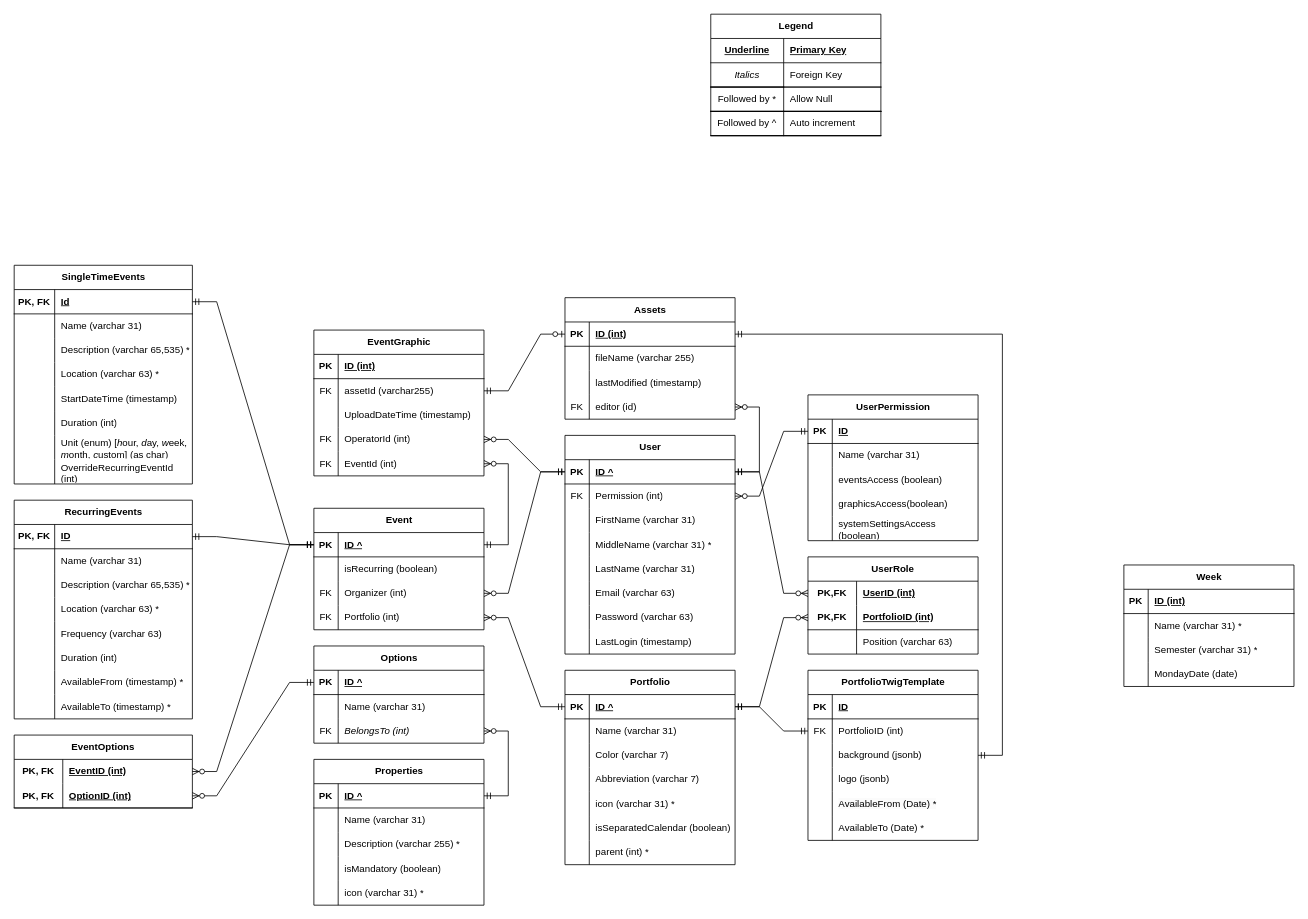
This is design/eTWIG.ER.drawio from stewebb/eTWIG, a draw.io file, before an edit. Source tidied: cells renumbered, new cells numbered last; positions are measured from the earlier drawing's top-left corner, leaving out a move shared by most shapes. Both pictures are drawn from the tidied source at 81%, with x=0, y=0 at pixel (14, 14).
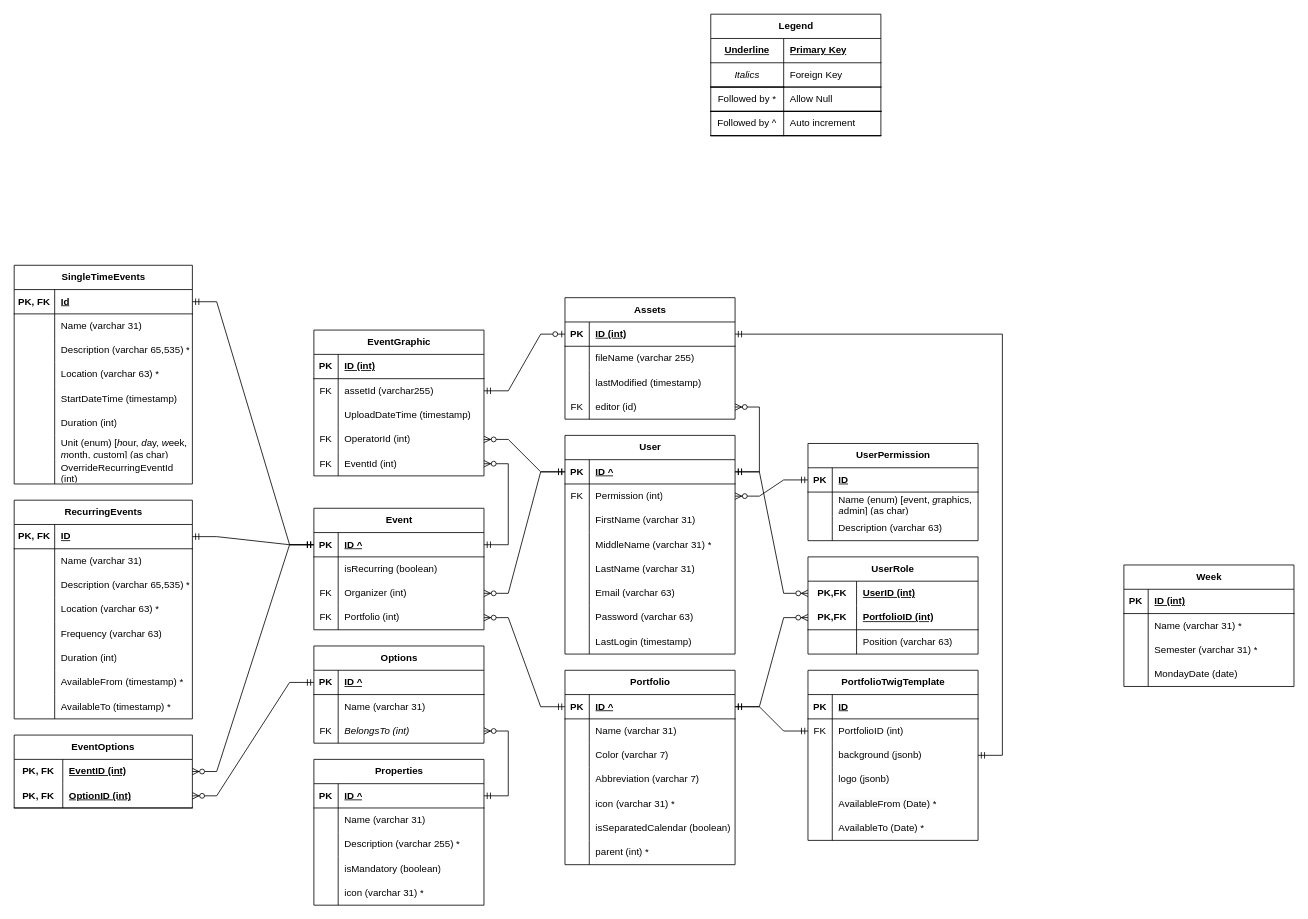
The same page after the edit.

Unchanged cells that the change refers to:
```xml
<mxCell id="79" style="shape=tableRow;horizontal=0;startSize=0;swimlaneHead=0;swimlaneBody=0;fillColor=none;top=0;left=0;right=0;bottom=0;" parent="75" vertex="1">
  <mxGeometry y="60" width="210" height="30" as="geometry" />
</mxCell>
<mxCell id="82" style="shape=tableRow;horizontal=0;startSize=0;swimlaneHead=0;swimlaneBody=0;fillColor=none;top=0;left=0;right=0;bottom=0;" parent="75" vertex="1">
  <mxGeometry y="90" width="210" height="30" as="geometry" />
</mxCell>
```

Diff of the diagram source:
```diff
@@
     <mxCell id="75" value="UserPermission" style="shape=table;startSize=30;childLayout=tableLayout;rowLines=0;fontStyle=1;align=center;html=1;" parent="1" vertex="1">
-      <mxGeometry x="980" y="470" width="210" height="180" as="geometry" />
+      <mxGeometry x="980" y="530" width="210" height="120" as="geometry" />
     </mxCell>
@@
-    <mxCell id="81" value="Name (varchar 31)" style="shape=partialRectangle;fillColor=none;top=0;left=0;bottom=0;right=0;align=left;spacingLeft=6;overflow=hidden;whiteSpace=wrap;html=1;" parent="79" vertex="1">
+    <mxCell id="81" value="Name (enum) [&lt;i style=&quot;border-color: var(--border-color);&quot;&gt;e&lt;/i&gt;vent, &lt;i&gt;g&lt;/i&gt;raphics, &lt;i&gt;a&lt;/i&gt;dmin] (as char)" style="shape=partialRectangle;fillColor=none;top=0;left=0;bottom=0;right=0;align=left;spacingLeft=6;overflow=hidden;whiteSpace=wrap;html=1;" parent="79" vertex="1">
       <mxGeometry x="30" width="180" height="30" as="geometry" />
     </mxCell>
@@
-    <mxCell id="84" value="eventsAccess (boolean)" style="shape=partialRectangle;fillColor=none;top=0;left=0;bottom=0;right=0;align=left;spacingLeft=6;overflow=hidden;whiteSpace=wrap;html=1;" parent="82" vertex="1">
+    <mxCell id="84" value="Description (varchar 63)" style="shape=partialRectangle;fillColor=none;top=0;left=0;bottom=0;right=0;align=left;spacingLeft=6;overflow=hidden;whiteSpace=wrap;html=1;" parent="82" vertex="1">
       <mxGeometry x="30" width="180" height="30" as="geometry" />
     </mxCell>
-    <mxCell id="85" style="shape=tableRow;horizontal=0;startSize=0;swimlaneHead=0;swimlaneBody=0;fillColor=none;top=0;left=0;right=0;bottom=0;" parent="75" vertex="1">
-      <mxGeometry y="120" width="210" height="30" as="geometry" />
-    </mxCell>
-    <mxCell id="86" style="shape=partialRectangle;fillColor=none;top=0;left=0;bottom=0;right=0;overflow=hidden;whiteSpace=wrap;html=1;" parent="85" vertex="1">
-      <mxGeometry width="30" height="30" as="geometry" />
-    </mxCell>
-    <mxCell id="87" value="graphicsAccess(boolean)" style="shape=partialRectangle;fillColor=none;top=0;left=0;bottom=0;right=0;align=left;spacingLeft=6;overflow=hidden;whiteSpace=wrap;html=1;" parent="85" vertex="1">
-      <mxGeometry x="30" width="180" height="30" as="geometry" />
-    </mxCell>
-    <mxCell id="88" style="shape=tableRow;horizontal=0;startSize=0;swimlaneHead=0;swimlaneBody=0;fillColor=none;top=0;left=0;right=0;bottom=0;" parent="75" vertex="1">
-      <mxGeometry y="150" width="210" height="30" as="geometry" />
-    </mxCell>
-    <mxCell id="89" style="shape=partialRectangle;fillColor=none;top=0;left=0;bottom=0;right=0;overflow=hidden;whiteSpace=wrap;html=1;" parent="88" vertex="1">
-      <mxGeometry width="30" height="30" as="geometry" />
-    </mxCell>
-    <mxCell id="90" value="systemSettingsAccess (boolean)" style="shape=partialRectangle;fillColor=none;top=0;left=0;bottom=0;right=0;align=left;spacingLeft=6;overflow=hidden;whiteSpace=wrap;html=1;" parent="88" vertex="1">
-      <mxGeometry x="30" width="180" height="30" as="geometry" />
-    </mxCell>
```
